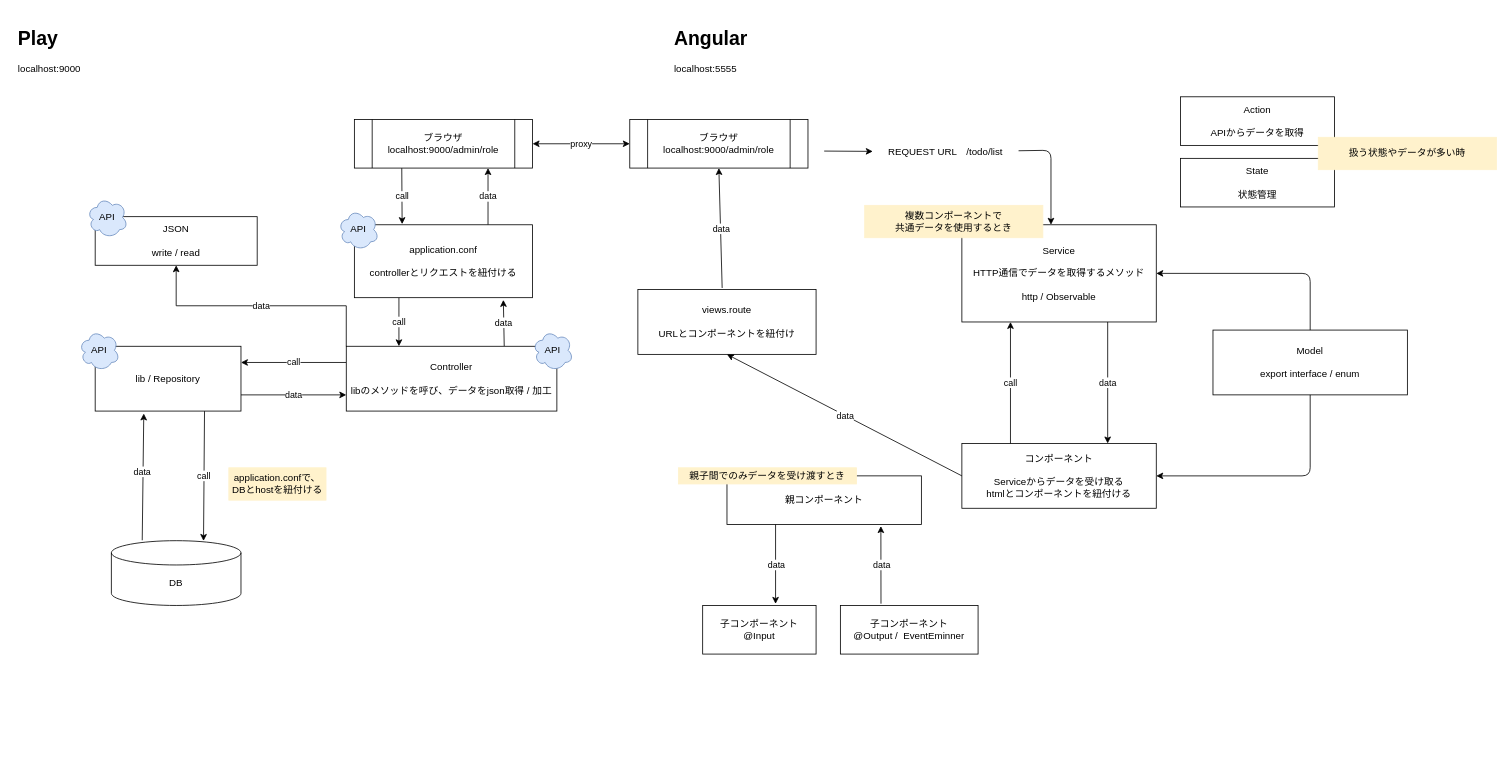
The draw.io diagram Untitled Diagram.drawio in nzzzz27/learning, before the edit. Source tidied: cells renumbered, new cells numbered last; positions are measured from the earlier drawing's top-left corner, leaving out a move shared by most shapes. Both pictures are drawn from the tidied source at 81%, with x=0, y=0 at pixel (14, 22).
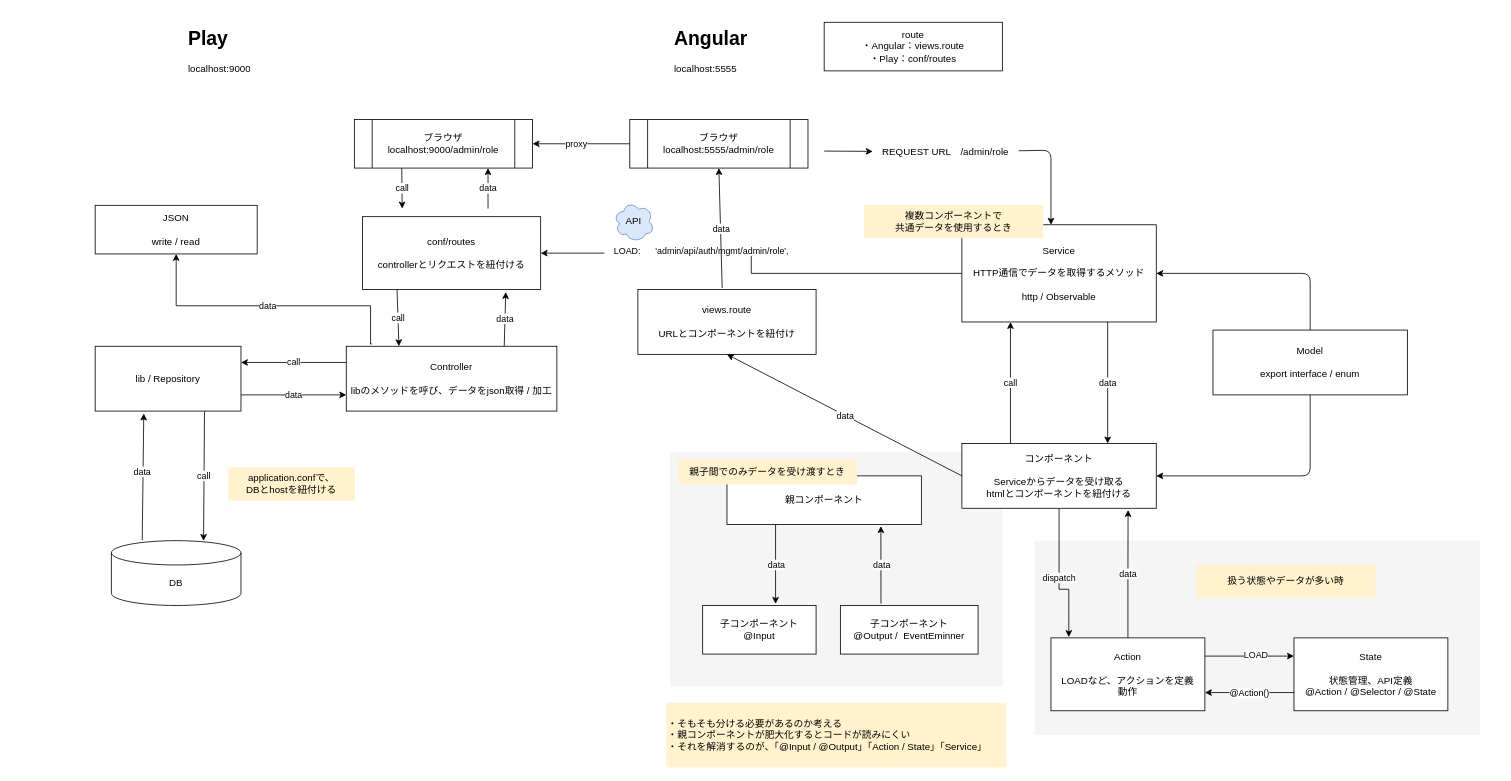
After the change.

Unchanged cells that the change refers to:
```xml
<mxCell id="6" value="コンポーネント&lt;br&gt;&lt;br&gt;Serviceからデータを受け取る&lt;br&gt;htmlとコンポーネントを紐付ける" style="rounded=0;whiteSpace=wrap;html=1;" parent="1" vertex="1">
  <mxGeometry x="1170" y="520" width="240" height="80" as="geometry" />
</mxCell>
<mxCell id="8" value="Service&lt;br&gt;&lt;br&gt;HTTP通信でデータを取得するメソッド&lt;br&gt;&lt;br&gt;http / Observable" style="rounded=0;whiteSpace=wrap;html=1;" parent="1" vertex="1">
  <mxGeometry x="1170" y="250" width="240" height="120" as="geometry" />
</mxCell>
<mxCell id="16" value="Controller&lt;br&gt;&lt;br&gt;libのメソッドを呼び、データをjson取得 / 加工" style="rounded=0;whiteSpace=wrap;html=1;" parent="1" vertex="1">
  <mxGeometry x="410" y="400" width="260" height="80" as="geometry" />
</mxCell>
<mxCell id="36" value="ブラウザ&lt;br&gt;localhost:9000/admin/role" style="shape=process;whiteSpace=wrap;html=1;backgroundOutline=1;" parent="1" vertex="1">
  <mxGeometry x="420" y="120" width="220" height="60" as="geometry" />
</mxCell>
```

Change to the diagram source:
```diff
@@
+    <mxCell id="55" style="rounded=0;whiteSpace=wrap;html=1;fillColor=#f5f5f5;fontColor=#333333;strokeColor=none;" parent="1" vertex="1">
+      <mxGeometry x="810" y="530" width="410" height="290" as="geometry" />
+    </mxCell>
+    <mxCell id="56" style="rounded=0;whiteSpace=wrap;html=1;fillColor=#f5f5f5;fontColor=#333333;strokeColor=none;" parent="1" vertex="1">
+      <mxGeometry x="1260" y="640" width="550" height="240" as="geometry" />
+    </mxCell>
     <mxCell id="2" value="&lt;h1&gt;Play&lt;/h1&gt;&lt;p&gt;localhost:9000&lt;/p&gt;" style="text;html=1;strokeColor=none;fillColor=none;spacing=5;spacingTop=-20;whiteSpace=wrap;overflow=hidden;rounded=0;" parent="1" vertex="1">
-      <mxGeometry width="190" height="70" as="geometry" />
+      <mxGeometry x="210" width="190" height="70" as="geometry" />
     </mxCell>
@@
-    <mxCell id="4" value="ブラウザ&lt;br&gt;localhost:9000/admin/role" style="shape=process;whiteSpace=wrap;html=1;backgroundOutline=1;" parent="1" vertex="1">
+    <mxCell id="4" value="ブラウザ&lt;br&gt;localhost:5555/admin/role" style="shape=process;whiteSpace=wrap;html=1;backgroundOutline=1;" parent="1" vertex="1">
       <mxGeometry x="760" y="120" width="220" height="60" as="geometry" />
     </mxCell>
@@
+    <mxCell id="57" value="dispatch" style="edgeStyle=orthogonalEdgeStyle;rounded=0;jettySize=auto;html=1;exitX=0.5;exitY=1;exitDx=0;exitDy=0;entryX=0.116;entryY=-0.011;entryDx=0;entryDy=0;entryPerimeter=0;" parent="1" edge="1" source="6" target="31">
+      <mxGeometry relative="1" as="geometry">
+        <Array as="points">
+          <mxPoint x="1290" y="700" />
+          <mxPoint x="1302" y="700" />
+        </Array>
+      </mxGeometry>
+    </mxCell>
@@
+    <mxCell id="58" style="edgeStyle=orthogonalEdgeStyle;rounded=0;jettySize=auto;html=1;exitX=0;exitY=0.5;exitDx=0;exitDy=0;entryX=1;entryY=0.5;entryDx=0;entryDy=0;" parent="1" edge="1" source="8" target="35">
+      <mxGeometry relative="1" as="geometry" />
+    </mxCell>
+    <mxCell id="59" value="&lt;div&gt;&amp;nbsp; &amp;nbsp; LOAD:&amp;nbsp; &amp;nbsp; &amp;nbsp; 'admin/api/auth/mgmt/admin/role',&lt;/div&gt;" style="edgeLabel;html=1;align=center;verticalAlign=middle;fillColor=#D4E1F5;strokeColor=#99CCFF;shadow=1;labelBackgroundColor=#FFFFFF;" parent="58" vertex="1">
+      <mxGeometry x="0.3" y="-4" relative="1" as="geometry" />
+    </mxCell>
@@
-    <mxCell id="11" value="REQUEST URL　/todo/list" style="text;html=1;strokeColor=none;fillColor=none;align=center;verticalAlign=middle;whiteSpace=wrap;rounded=0;" parent="1" vertex="1">
+    <mxCell id="11" value="REQUEST URL　/admin/role" style="text;html=1;strokeColor=none;fillColor=none;align=center;verticalAlign=middle;whiteSpace=wrap;rounded=0;" parent="1" vertex="1">
       <mxGeometry x="1060" y="140" width="180" height="40" as="geometry" />
     </mxCell>
@@
-    <mxCell id="14" value="data" style="edgeStyle=none;rounded=0;jettySize=auto;html=1;exitX=0.75;exitY=0;exitDx=0;exitDy=0;entryX=0.836;entryY=1.031;entryDx=0;entryDy=0;entryPerimeter=0;" parent="1" edge="1" source="16" target="35">
+    <mxCell id="14" value="data" style="edgeStyle=none;rounded=0;jettySize=auto;html=1;exitX=0.75;exitY=0;exitDx=0;exitDy=0;entryX=0.804;entryY=1.033;entryDx=0;entryDy=0;entryPerimeter=0;" parent="1" edge="1" source="16" target="35">
       <mxGeometry relative="1" as="geometry" />
     </mxCell>
-    <mxCell id="15" value="data" style="edgeStyle=orthogonalEdgeStyle;rounded=0;jettySize=auto;html=1;exitX=0;exitY=0;exitDx=0;exitDy=0;entryX=0.5;entryY=1;entryDx=0;entryDy=0;" parent="1" edge="1" source="16" target="53">
-      <mxGeometry relative="1" as="geometry" />
+    <mxCell id="15" value="data" style="edgeStyle=orthogonalEdgeStyle;rounded=0;jettySize=auto;html=1;entryX=0.5;entryY=1;entryDx=0;entryDy=0;exitX=0.122;exitY=-0.035;exitDx=0;exitDy=0;exitPerimeter=0;" parent="1" edge="1" source="16" target="53">
+      <mxGeometry relative="1" as="geometry">
+        <Array as="points">
+          <mxPoint x="440" y="397" />
+          <mxPoint x="440" y="350" />
+          <mxPoint x="200" y="350" />
+        </Array>
+      </mxGeometry>
     </mxCell>
@@
     <mxCell id="28" value="親子間でのみデータを受け渡すとき" style="text;html=1;strokeColor=#FFF2CC;fillColor=#FFF2CC;align=center;verticalAlign=middle;whiteSpace=wrap;rounded=0;" parent="1" vertex="1">
-      <mxGeometry x="820" y="550" width="220" height="20" as="geometry" />
+      <mxGeometry x="820" y="540" width="220" height="30" as="geometry" />
     </mxCell>
@@
+    <mxCell id="60" value="@Action()" style="edgeStyle=orthogonalEdgeStyle;rounded=0;jettySize=auto;html=1;exitX=0;exitY=0.75;exitDx=0;exitDy=0;entryX=1;entryY=0.75;entryDx=0;entryDy=0;" parent="1" edge="1" source="30" target="31">
+      <mxGeometry relative="1" as="geometry" />
+    </mxCell>
-    <mxCell id="30" value="State&lt;br&gt;&lt;br&gt;状態管理" style="rounded=0;whiteSpace=wrap;html=1;" parent="1" vertex="1">
-      <mxGeometry x="1440" y="168" width="190" height="60" as="geometry" />
+    <mxCell id="30" value="State&lt;br&gt;&lt;br&gt;状態管理、API定義&lt;br&gt;@Action / @Selector / @State&lt;br&gt;" style="rounded=0;whiteSpace=wrap;html=1;" parent="1" vertex="1">
+      <mxGeometry x="1580" y="760" width="190" height="90" as="geometry" />
     </mxCell>
+    <mxCell id="61" value="data" style="edgeStyle=orthogonalEdgeStyle;rounded=0;jettySize=auto;html=1;exitX=0.5;exitY=0;exitDx=0;exitDy=0;entryX=0.855;entryY=1.027;entryDx=0;entryDy=0;entryPerimeter=0;" parent="1" edge="1" source="31" target="6">
+      <mxGeometry relative="1" as="geometry" />
+    </mxCell>
+    <mxCell id="62" style="edgeStyle=orthogonalEdgeStyle;rounded=0;jettySize=auto;html=1;exitX=1;exitY=0.25;exitDx=0;exitDy=0;entryX=0;entryY=0.25;entryDx=0;entryDy=0;" parent="1" edge="1" source="31" target="30">
+      <mxGeometry relative="1" as="geometry" />
+    </mxCell>
+    <mxCell id="63" value="LOAD" style="edgeLabel;html=1;align=center;verticalAlign=middle;" parent="62" vertex="1">
+      <mxGeometry x="0.12" y="2" relative="1" as="geometry" />
+    </mxCell>
-    <mxCell id="31" value="Action&lt;br&gt;&lt;br&gt;APIからデータを取得" style="rounded=0;whiteSpace=wrap;html=1;" parent="1" vertex="1">
-      <mxGeometry x="1440" y="92" width="190" height="60" as="geometry" />
+    <mxCell id="31" value="Action&lt;br&gt;&lt;br&gt;LOADなど、アクションを定義&lt;br&gt;動作" style="rounded=0;whiteSpace=wrap;html=1;" parent="1" vertex="1">
+      <mxGeometry x="1280" y="760" width="190" height="90" as="geometry" />
     </mxCell>
     <mxCell id="32" value="扱う状態やデータが多い時" style="text;html=1;strokeColor=#FFF2CC;fillColor=#FFF2CC;align=center;verticalAlign=middle;whiteSpace=wrap;rounded=0;" parent="1" vertex="1">
-      <mxGeometry x="1610" y="142" width="220" height="40" as="geometry" />
+      <mxGeometry x="1460" y="670" width="220" height="40" as="geometry" />
     </mxCell>
-    <mxCell id="33" value="data" style="edgeStyle=none;rounded=0;jettySize=auto;html=1;exitX=0.75;exitY=0;exitDx=0;exitDy=0;entryX=0.75;entryY=1;entryDx=0;entryDy=0;" parent="1" edge="1" source="35" target="36">
-      <mxGeometry relative="1" as="geometry" />
+    <mxCell id="33" value="data" style="edgeStyle=none;rounded=0;jettySize=auto;html=1;entryX=0.75;entryY=1;entryDx=0;entryDy=0;" parent="1" edge="1" target="36">
+      <mxGeometry relative="1" as="geometry">
+        <mxPoint x="585" y="230" as="sourcePoint" />
+      </mxGeometry>
     </mxCell>
-    <mxCell id="34" value="call" style="edgeStyle=none;rounded=0;jettySize=auto;html=1;exitX=0.25;exitY=1;exitDx=0;exitDy=0;entryX=0.25;entryY=0;entryDx=0;entryDy=0;" parent="1" edge="1" source="35" target="16">
+    <mxCell id="34" value="call" style="edgeStyle=none;rounded=0;jettySize=auto;html=1;entryX=0.25;entryY=0;entryDx=0;entryDy=0;exitX=0.194;exitY=1.003;exitDx=0;exitDy=0;exitPerimeter=0;" parent="1" edge="1" source="35" target="16">
       <mxGeometry relative="1" as="geometry" />
     </mxCell>
-    <mxCell id="35" value="application.conf&lt;br&gt;&lt;br&gt;controllerとリクエストを紐付ける" style="rounded=0;whiteSpace=wrap;html=1;" parent="1" vertex="1">
-      <mxGeometry x="420" y="250" width="220" height="90" as="geometry" />
+    <mxCell id="35" value="conf/routes&lt;br&gt;&lt;br&gt;controllerとリクエストを紐付ける" style="rounded=0;whiteSpace=wrap;html=1;" parent="1" vertex="1">
+      <mxGeometry x="430" y="240" width="220" height="90" as="geometry" />
     </mxCell>
@@
-    <mxCell id="37" value="proxy" style="endArrow=classic;startArrow=classic;html=1;exitX=1;exitY=0.5;exitDx=0;exitDy=0;entryX=0;entryY=0.5;entryDx=0;entryDy=0;" parent="1" edge="1" source="36" target="4">
-      <mxGeometry relative="1" as="geometry" />
-    </mxCell>
-    <mxCell id="38" value="call" style="endArrow=classic;html=1;entryX=0.268;entryY=-0.009;entryDx=0;entryDy=0;entryPerimeter=0;exitX=0.266;exitY=1.002;exitDx=0;exitDy=0;exitPerimeter=0;" parent="1" edge="1" source="36" target="35">
-      <mxGeometry relative="1" as="geometry" />
+    <mxCell id="38" value="call" style="endArrow=classic;html=1;exitX=0.266;exitY=1.002;exitDx=0;exitDy=0;exitPerimeter=0;" parent="1" edge="1" source="36">
+      <mxGeometry relative="1" as="geometry">
+        <mxPoint x="479" y="230" as="targetPoint" />
+      </mxGeometry>
     </mxCell>
@@
     <mxCell id="46" value="application.confで、&lt;br&gt;DBとhostを紐付ける" style="text;html=1;strokeColor=#FFF2CC;align=center;verticalAlign=middle;whiteSpace=wrap;rounded=0;fillColor=#FFF2CC;" parent="1" vertex="1">
-      <mxGeometry x="265" y="550" width="120" height="40" as="geometry" />
+      <mxGeometry x="265" y="550" width="155" height="40" as="geometry" />
     </mxCell>
     <mxCell id="47" value="API" style="ellipse;shape=cloud;whiteSpace=wrap;html=1;rounded=0;strokeColor=#6c8ebf;fillColor=#dae8fc;" parent="1" vertex="1">
-      <mxGeometry x="400" y="231" width="50" height="50" as="geometry" />
+      <mxGeometry x="740" y="221" width="50" height="50" as="geometry" />
     </mxCell>
-    <mxCell id="48" value="API" style="ellipse;shape=cloud;whiteSpace=wrap;html=1;rounded=0;strokeColor=#6c8ebf;fillColor=#dae8fc;" parent="1" vertex="1">
-      <mxGeometry x="640" y="380" width="50" height="50" as="geometry" />
-    </mxCell>
-    <mxCell id="49" value="API" style="ellipse;shape=cloud;whiteSpace=wrap;html=1;rounded=0;strokeColor=#6c8ebf;fillColor=#dae8fc;" parent="1" vertex="1">
-      <mxGeometry x="80" y="380" width="50" height="50" as="geometry" />
-    </mxCell>
@@
     <mxCell id="53" value="JSON&lt;br&gt;&lt;br&gt;write / read" style="rounded=0;whiteSpace=wrap;html=1;" parent="1" vertex="1">
-      <mxGeometry x="100" y="240" width="200" height="60" as="geometry" />
+      <mxGeometry x="100" y="226" width="200" height="60" as="geometry" />
     </mxCell>
-    <mxCell id="54" value="API" style="ellipse;shape=cloud;whiteSpace=wrap;html=1;rounded=0;strokeColor=#6c8ebf;fillColor=#dae8fc;" parent="1" vertex="1">
-      <mxGeometry x="90" y="216" width="50" height="50" as="geometry" />
-    </mxCell>
+    <mxCell id="64" value="route&lt;br&gt;・Angular：views.route&lt;br&gt;・Play：conf/routes" style="rounded=0;whiteSpace=wrap;html=1;" parent="1" vertex="1">
+      <mxGeometry x="1000" width="220" height="60" as="geometry" />
+    </mxCell>
+    <mxCell id="65" style="endArrow=classic;html=1;exitX=0;exitY=0.5;exitDx=0;exitDy=0;entryX=1;entryY=0.5;entryDx=0;entryDy=0;" parent="1" edge="1" source="4" target="36">
+      <mxGeometry relative="1" as="geometry" />
+    </mxCell>
+    <mxCell id="37" value="proxy" style="edgeLabel;html=1;align=center;verticalAlign=middle;" parent="65" vertex="1">
+      <mxGeometry x="0.12" relative="1" as="geometry" />
+    </mxCell>
+    <mxCell id="66" value="・そもそも分ける必要があるのか考える&lt;br&gt;・親コンポーネントが肥大化するとコードが読みにくい&lt;br&gt;・それを解消するのが、「@Input / @Output」「Action / State」「Service」" style="text;html=1;strokeColor=none;fillColor=#FFF2CC;align=left;verticalAlign=middle;whiteSpace=wrap;rounded=0;labelBackgroundColor=#FFF2CC;" parent="1" vertex="1">
+      <mxGeometry x="805" y="840" width="420" height="80" as="geometry" />
+    </mxCell>
```
